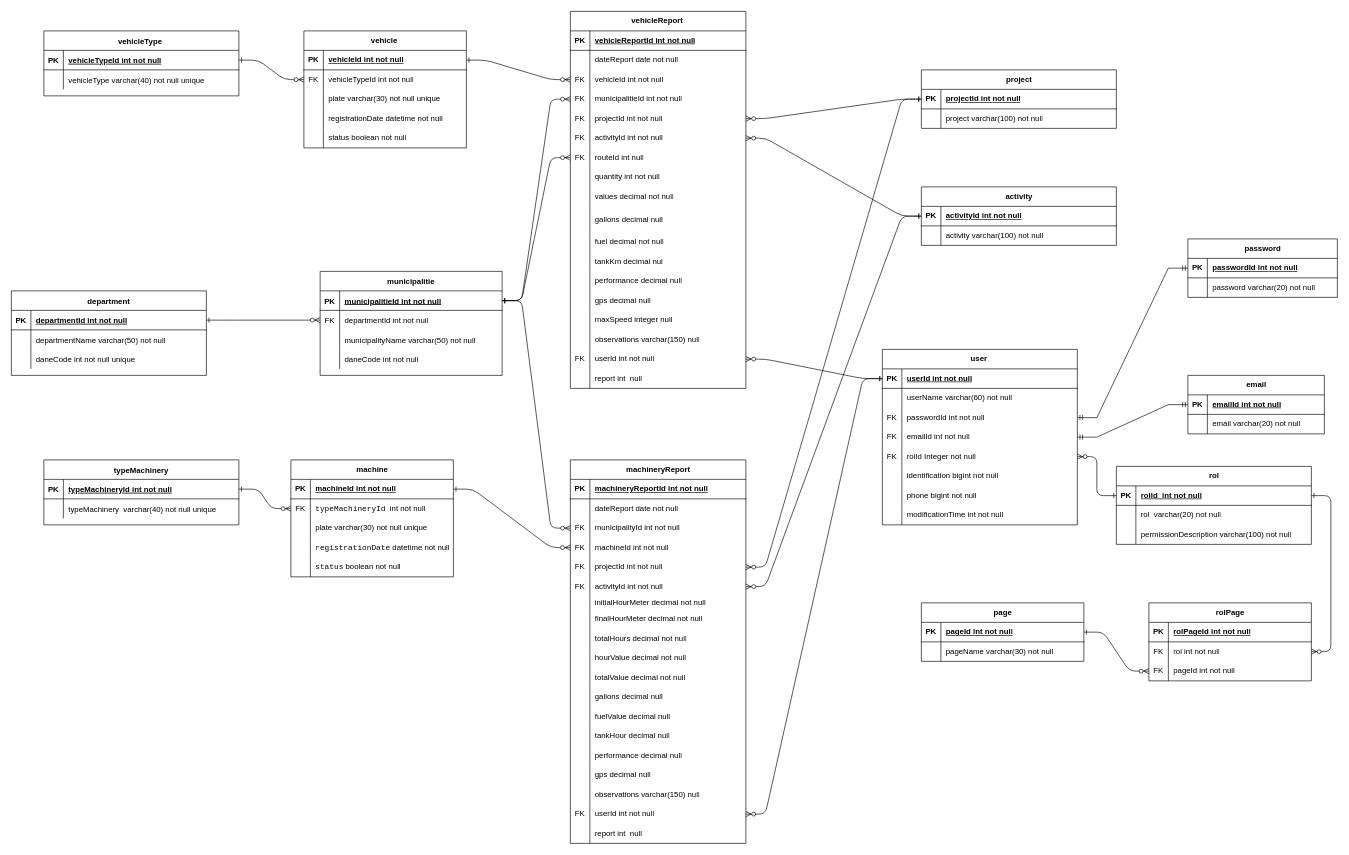
Before: MER/gestionMaquinaria&Vehiculos.drawio in MasacradorM/Gestion-de-Maquinaria-y-Vehiculos, a draw.io diagram. Source tidied: cells renumbered, new cells numbered last; positions are measured from the earlier drawing's top-left corner, leaving out a move shared by most shapes. Both pictures are drawn from the tidied source at 65%, with x=0, y=0 at pixel (11, 11).
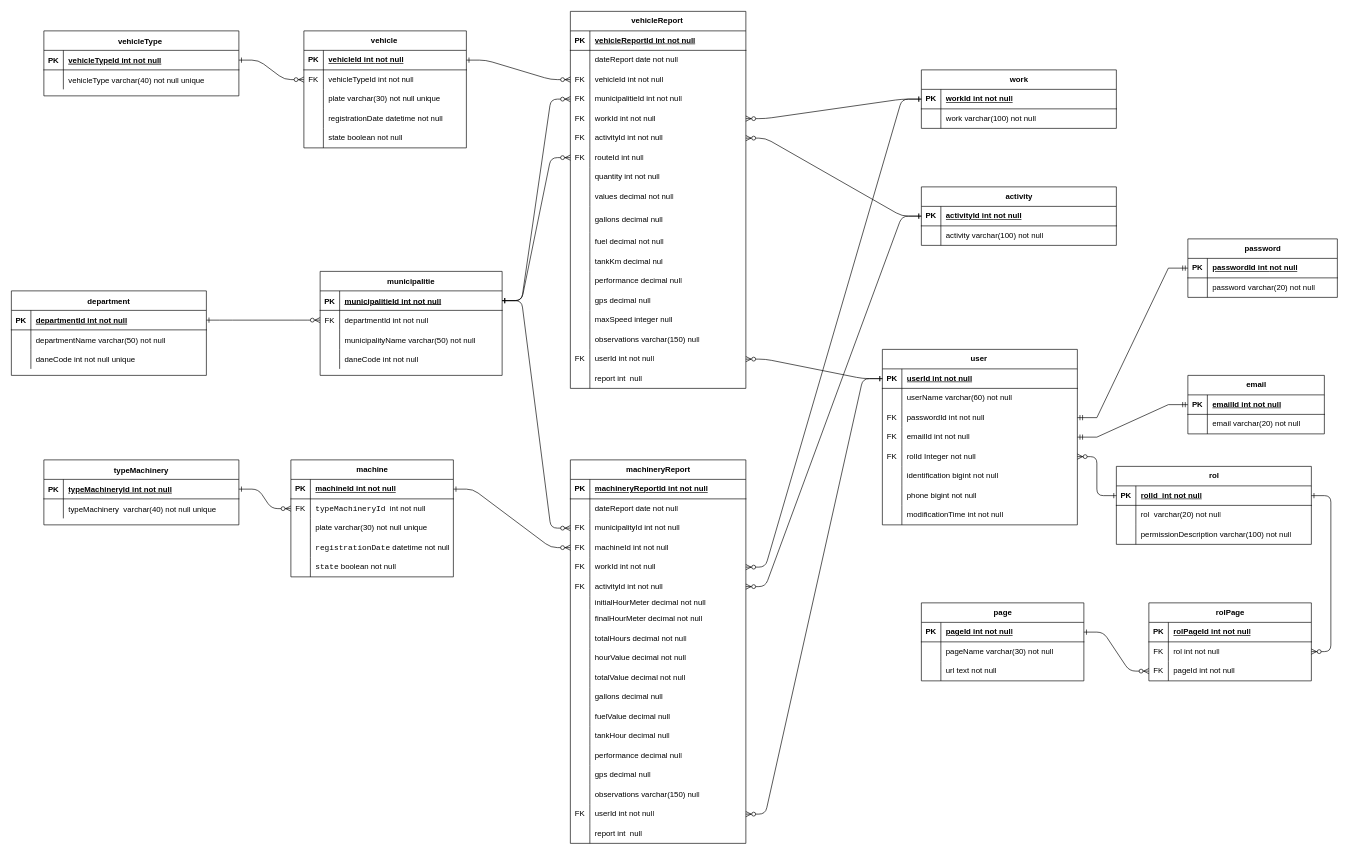
After the change.

Commit message:
🐛 fix(mer): correct terminology in the MER

The change refers to these unchanged cells:
```xml
<mxCell id="47" style="shape=tableRow;horizontal=0;startSize=0;swimlaneHead=0;swimlaneBody=0;fillColor=none;top=0;left=0;right=0;bottom=0;" parent="34" vertex="1">
  <mxGeometry y="150" width="250" height="30" as="geometry" />
</mxCell>
<mxCell id="63" style="shape=tableRow;horizontal=0;startSize=0;swimlaneHead=0;swimlaneBody=0;fillColor=none;points=[[0,0.5],[1,0.5]];portConstraint=eastwest;top=0;left=0;right=0;bottom=0;" parent="50" vertex="1">
  <mxGeometry y="150" width="270" height="30" as="geometry" />
</mxCell>
<mxCell id="122" style="shape=tableRow;horizontal=0;startSize=0;swimlaneHead=0;swimlaneBody=0;fillColor=none;points=[[0,0.5],[1,0.5]];portConstraint=eastwest;top=0;left=0;right=0;bottom=0;" parent="109" vertex="1">
  <mxGeometry y="150" width="270" height="30" as="geometry" />
</mxCell>
<mxCell id="185" style="shape=tableRow;horizontal=0;startSize=0;swimlaneHead=0;swimlaneBody=0;fillColor=none;top=0;left=0;right=0;bottom=0;" parent="172" vertex="1">
  <mxGeometry y="150" width="250" height="30" as="geometry" />
</mxCell>
<mxCell id="254" style="shape=tableRow;horizontal=0;startSize=0;swimlaneHead=0;swimlaneBody=0;fillColor=none;points=[[0,0.5],[1,0.5]];portConstraint=eastwest;top=0;left=0;right=0;bottom=1;" parent="253" vertex="1">
  <mxGeometry y="30" width="300" height="30" as="geometry" />
</mxCell>
<mxCell id="257" style="shape=tableRow;horizontal=0;startSize=0;swimlaneHead=0;swimlaneBody=0;fillColor=none;top=0;left=0;right=0;bottom=0;" parent="253" vertex="1">
  <mxGeometry y="60" width="300" height="30" as="geometry" />
</mxCell>
```

Change to the diagram source:
```diff
@@
-    <mxCell id="49" value="&lt;code&gt;status&lt;/code&gt;&amp;nbsp;boolean&amp;nbsp;&lt;span style=&quot;text-wrap-mode: nowrap;&quot;&gt;not null&lt;/span&gt;&amp;nbsp;" style="shape=partialRectangle;fillColor=none;top=0;left=0;bottom=0;right=0;align=left;spacingLeft=6;overflow=hidden;whiteSpace=wrap;html=1;" parent="47" vertex="1">
+    <mxCell id="49" value="&lt;code&gt;state&lt;/code&gt;&amp;nbsp;boolean&amp;nbsp;&lt;span style=&quot;text-wrap-mode: nowrap;&quot;&gt;not null&lt;/span&gt;&amp;nbsp;" style="shape=partialRectangle;fillColor=none;top=0;left=0;bottom=0;right=0;align=left;spacingLeft=6;overflow=hidden;whiteSpace=wrap;html=1;" parent="47" vertex="1">
       <mxGeometry x="30" width="220" height="30" as="geometry" />
     </mxCell>
@@
-    <mxCell id="65" value="projectId int&amp;nbsp;&lt;span style=&quot;text-wrap-mode: nowrap;&quot;&gt;not null&lt;/span&gt;" style="shape=partialRectangle;fillColor=none;top=0;left=0;bottom=0;right=0;align=left;spacingLeft=6;overflow=hidden;whiteSpace=wrap;html=1;" parent="63" vertex="1">
+    <mxCell id="65" value="workId int&amp;nbsp;&lt;span style=&quot;text-wrap-mode: nowrap;&quot;&gt;not null&lt;/span&gt;" style="shape=partialRectangle;fillColor=none;top=0;left=0;bottom=0;right=0;align=left;spacingLeft=6;overflow=hidden;whiteSpace=wrap;html=1;" parent="63" vertex="1">
       <mxGeometry x="30" width="240" height="30" as="geometry" />
     </mxCell>
@@
-    <mxCell id="124" value="projectId int&amp;nbsp;&lt;span style=&quot;text-wrap-mode: nowrap;&quot;&gt;not null&lt;/span&gt;" style="shape=partialRectangle;fillColor=none;top=0;left=0;bottom=0;right=0;align=left;spacingLeft=6;overflow=hidden;whiteSpace=wrap;html=1;" parent="122" vertex="1">
+    <mxCell id="124" value="workId int&amp;nbsp;&lt;span style=&quot;text-wrap-mode: nowrap;&quot;&gt;not null&lt;/span&gt;" style="shape=partialRectangle;fillColor=none;top=0;left=0;bottom=0;right=0;align=left;spacingLeft=6;overflow=hidden;whiteSpace=wrap;html=1;" parent="122" vertex="1">
       <mxGeometry x="30" width="240" height="30" as="geometry" />
     </mxCell>
@@
-    <mxCell id="187" value="status boolean&amp;nbsp;&lt;span style=&quot;text-wrap-mode: nowrap;&quot;&gt;not null&lt;/span&gt;&amp;nbsp;" style="shape=partialRectangle;fillColor=none;top=0;left=0;bottom=0;right=0;align=left;spacingLeft=6;overflow=hidden;whiteSpace=wrap;html=1;" parent="185" vertex="1">
+    <mxCell id="187" value="state boolean&amp;nbsp;&lt;span style=&quot;text-wrap-mode: nowrap;&quot;&gt;not null&lt;/span&gt;&amp;nbsp;" style="shape=partialRectangle;fillColor=none;top=0;left=0;bottom=0;right=0;align=left;spacingLeft=6;overflow=hidden;whiteSpace=wrap;html=1;" parent="185" vertex="1">
       <mxGeometry x="30" width="220" height="30" as="geometry" />
     </mxCell>
@@
-    <mxCell id="253" value="&lt;span style=&quot;text-align: left; text-wrap-mode: wrap;&quot;&gt;project&lt;/span&gt;" style="shape=table;startSize=30;childLayout=tableLayout;rowLines=0;fontStyle=1;align=center;html=1;" parent="1" vertex="1">
+    <mxCell id="253" value="&lt;span style=&quot;text-align: left; text-wrap-mode: wrap;&quot;&gt;work&lt;/span&gt;" style="shape=table;startSize=30;childLayout=tableLayout;rowLines=0;fontStyle=1;align=center;html=1;" parent="1" vertex="1">
       <mxGeometry x="1400" y="90" width="300" height="90" as="geometry" />
     </mxCell>
@@
-    <mxCell id="256" value="projectId&amp;nbsp;int&amp;nbsp;&lt;span style=&quot;text-wrap-mode: nowrap;&quot;&gt;not null&lt;/span&gt;" style="shape=partialRectangle;fillColor=none;top=0;left=0;bottom=0;right=0;align=left;spacingLeft=6;fontStyle=5;overflow=hidden;whiteSpace=wrap;html=1;" parent="254" vertex="1">
+    <mxCell id="256" value="workId&amp;nbsp;int&amp;nbsp;&lt;span style=&quot;text-wrap-mode: nowrap;&quot;&gt;not null&lt;/span&gt;" style="shape=partialRectangle;fillColor=none;top=0;left=0;bottom=0;right=0;align=left;spacingLeft=6;fontStyle=5;overflow=hidden;whiteSpace=wrap;html=1;" parent="254" vertex="1">
       <mxGeometry x="30" width="270" height="30" as="geometry" />
     </mxCell>
@@
-    <mxCell id="259" value="project varchar(100)&amp;nbsp;&lt;span style=&quot;text-wrap-mode: nowrap;&quot;&gt;not null&lt;/span&gt;" style="shape=partialRectangle;fillColor=none;top=0;left=0;bottom=0;right=0;align=left;spacingLeft=6;overflow=hidden;whiteSpace=wrap;html=1;" parent="257" vertex="1">
+    <mxCell id="259" value="work varchar(100)&amp;nbsp;&lt;span style=&quot;text-wrap-mode: nowrap;&quot;&gt;not null&lt;/span&gt;" style="shape=partialRectangle;fillColor=none;top=0;left=0;bottom=0;right=0;align=left;spacingLeft=6;overflow=hidden;whiteSpace=wrap;html=1;" parent="257" vertex="1">
       <mxGeometry x="30" width="270" height="30" as="geometry" />
     </mxCell>
@@
     <mxCell id="264" value="page" style="shape=table;startSize=30;childLayout=tableLayout;rowLines=0;fontStyle=1;align=center;html=1;" parent="1" vertex="1">
-      <mxGeometry x="1400" y="910" width="250" height="90" as="geometry" />
+      <mxGeometry x="1400" y="910" width="250" height="120" as="geometry" />
     </mxCell>
@@
+    <mxCell id="283" style="shape=tableRow;horizontal=0;startSize=0;swimlaneHead=0;swimlaneBody=0;fillColor=none;top=0;left=0;right=0;bottom=0;" parent="264" vertex="1">
+      <mxGeometry y="90" width="250" height="30" as="geometry" />
+    </mxCell>
+    <mxCell id="284" style="shape=partialRectangle;fillColor=none;top=0;left=0;bottom=0;right=0;overflow=hidden;whiteSpace=wrap;html=1;" parent="283" vertex="1">
+      <mxGeometry width="30" height="30" as="geometry" />
+    </mxCell>
+    <mxCell id="285" value="url text not null" style="shape=partialRectangle;fillColor=none;top=0;left=0;bottom=0;right=0;align=left;spacingLeft=6;overflow=hidden;whiteSpace=wrap;html=1;" parent="283" vertex="1">
+      <mxGeometry x="30" width="220" height="30" as="geometry" />
+    </mxCell>
```
